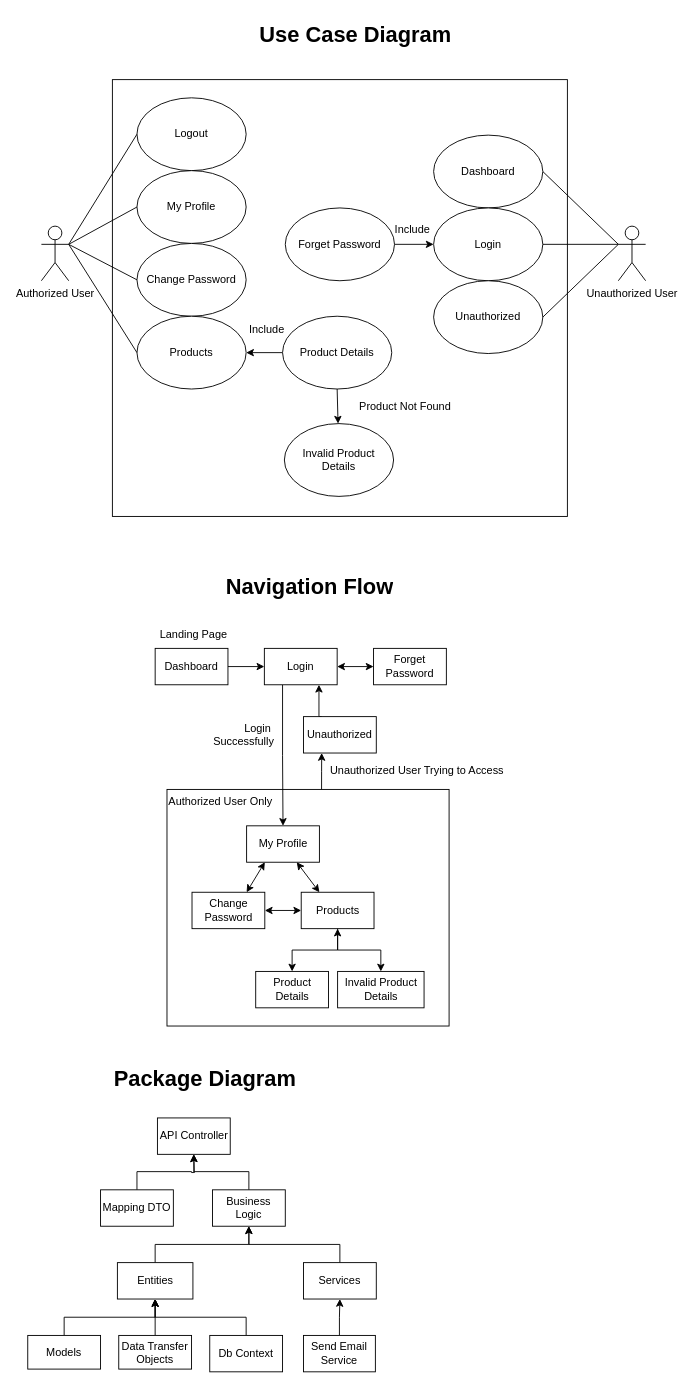
The draw.io diagram Documentation/Requirement Analysis and System Design.drawio in yy-cc-20/Angular-Test, before the edit. Source tidied: cells renumbered, new cells numbered last; positions are measured from the earlier drawing's top-left corner, leaving out a move shared by most shapes. Both pictures are drawn from the tidied source at 91%, with x=0, y=0 at pixel (27, 15).
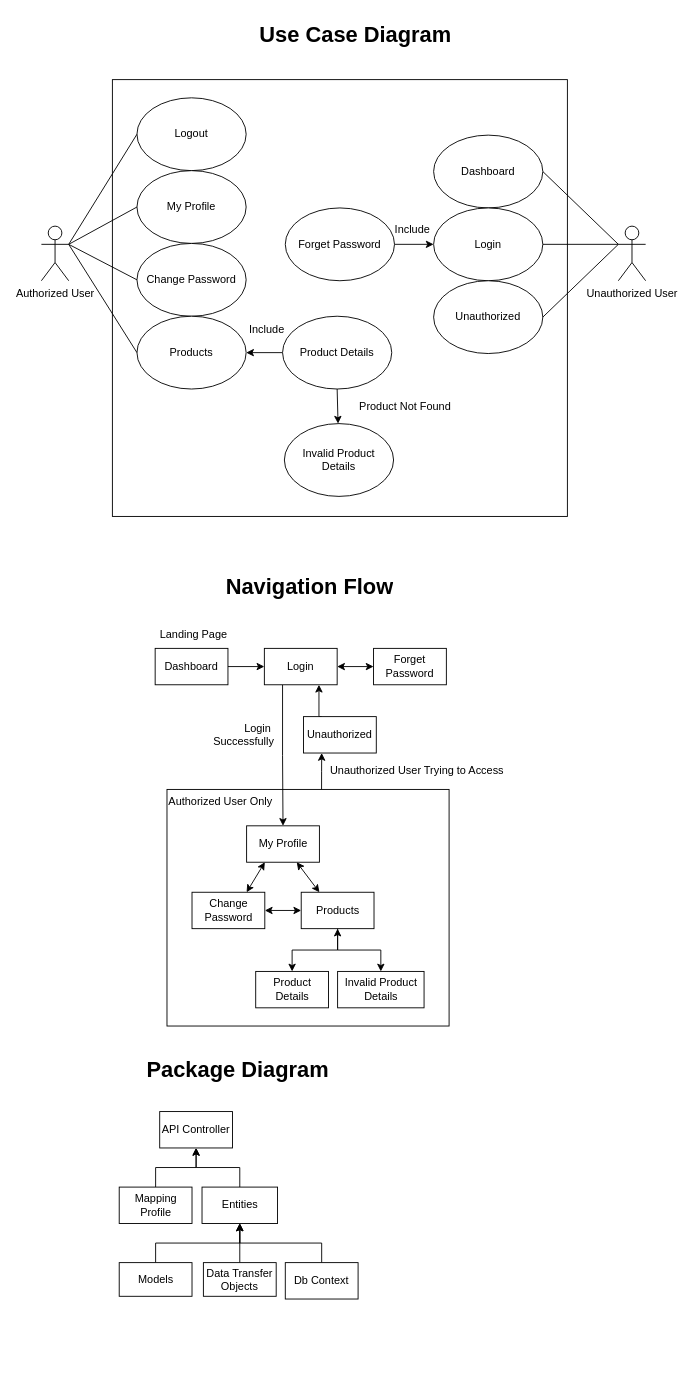
After the change.

The edit, as a diff of the source:
```diff
@@
     <mxCell id="53" value="API Controller" style="rounded=0;whiteSpace=wrap;html=1;" parent="1" vertex="1">
-      <mxGeometry x="142.5" y="1211" width="80" height="40" as="geometry" />
+      <mxGeometry x="145" y="1204" width="80" height="40" as="geometry" />
     </mxCell>
-    <mxCell id="54" style="edgeStyle=orthogonalEdgeStyle;rounded=0;jettySize=auto;html=1;exitX=0.5;exitY=0;exitDx=0;exitDy=0;" parent="1" edge="1" source="55" target="53">
-      <mxGeometry relative="1" as="geometry" />
-    </mxCell>
-    <mxCell id="55" value="Business Logic" style="rounded=0;whiteSpace=wrap;html=1;" parent="1" vertex="1">
-      <mxGeometry x="203" y="1290" width="80" height="40" as="geometry" />
-    </mxCell>
@@
     <mxCell id="57" value="Db Context" style="rounded=0;whiteSpace=wrap;html=1;" parent="1" vertex="1">
-      <mxGeometry x="200" y="1450" width="80" height="40" as="geometry" />
+      <mxGeometry x="283" y="1370" width="80" height="40" as="geometry" />
     </mxCell>
-    <mxCell id="58" style="edgeStyle=orthogonalEdgeStyle;rounded=0;jettySize=auto;html=1;exitX=0.5;exitY=0;exitDx=0;exitDy=0;entryX=0.5;entryY=1;entryDx=0;entryDy=0;" parent="1" edge="1" source="59" target="55">
-      <mxGeometry relative="1" as="geometry" />
-    </mxCell>
+    <mxCell id="71" style="edgeStyle=orthogonalEdgeStyle;rounded=0;jettySize=auto;html=1;exitX=0.5;exitY=0;exitDx=0;exitDy=0;entryX=0.5;entryY=1;entryDx=0;entryDy=0;" parent="1" edge="1" source="59" target="53">
+      <mxGeometry relative="1" as="geometry" />
+    </mxCell>
     <mxCell id="59" value="Entities" style="rounded=0;whiteSpace=wrap;html=1;" parent="1" vertex="1">
-      <mxGeometry x="98.5" y="1370" width="83" height="40" as="geometry" />
+      <mxGeometry x="191.5" y="1287" width="83" height="40" as="geometry" />
     </mxCell>
@@
     <mxCell id="61" value="Models" style="rounded=0;whiteSpace=wrap;html=1;" parent="1" vertex="1">
-      <mxGeometry y="1450" width="80" height="37" as="geometry" />
+      <mxGeometry x="100.5" y="1370" width="80" height="37" as="geometry" />
     </mxCell>
@@
     <mxCell id="63" value="Data Transfer Objects" style="rounded=0;whiteSpace=wrap;html=1;" parent="1" vertex="1">
-      <mxGeometry x="100" y="1450" width="80" height="37" as="geometry" />
+      <mxGeometry x="193" y="1370" width="80" height="37" as="geometry" />
     </mxCell>
-    <mxCell id="64" style="edgeStyle=orthogonalEdgeStyle;rounded=0;jettySize=auto;html=1;exitX=0.5;exitY=0;exitDx=0;exitDy=0;" parent="1" edge="1" source="65" target="55">
-      <mxGeometry relative="1" as="geometry" />
-    </mxCell>
-    <mxCell id="65" value="Services" style="rounded=0;whiteSpace=wrap;html=1;" parent="1" vertex="1">
-      <mxGeometry x="303" y="1370" width="80" height="40" as="geometry" />
-    </mxCell>
-    <mxCell id="66" style="edgeStyle=orthogonalEdgeStyle;rounded=0;jettySize=auto;html=1;exitX=0.5;exitY=0;exitDx=0;exitDy=0;" parent="1" edge="1" source="67" target="65">
-      <mxGeometry relative="1" as="geometry" />
-    </mxCell>
-    <mxCell id="67" value="Send Email Service" style="rounded=0;whiteSpace=wrap;html=1;" parent="1" vertex="1">
-      <mxGeometry x="303" y="1450" width="79" height="40" as="geometry" />
-    </mxCell>
@@
-    <mxCell id="69" value="Mapping DTO" style="rounded=0;whiteSpace=wrap;html=1;" parent="1" vertex="1">
-      <mxGeometry x="80" y="1290" width="80" height="40" as="geometry" />
+    <mxCell id="69" value="Mapping Profile" style="rounded=0;whiteSpace=wrap;html=1;" parent="1" vertex="1">
+      <mxGeometry x="100.5" y="1287" width="80" height="40" as="geometry" />
     </mxCell>
     <mxCell id="70" value="&lt;h1 style=&quot;margin-top: 0px;&quot;&gt;Package Diagram&lt;/h1&gt;" style="text;html=1;whiteSpace=wrap;overflow=hidden;rounded=0;" parent="1" vertex="1">
-      <mxGeometry x="92.5" y="1147" width="208" height="44" as="geometry" />
+      <mxGeometry x="129" y="1138" width="208" height="44" as="geometry" />
     </mxCell>
```
